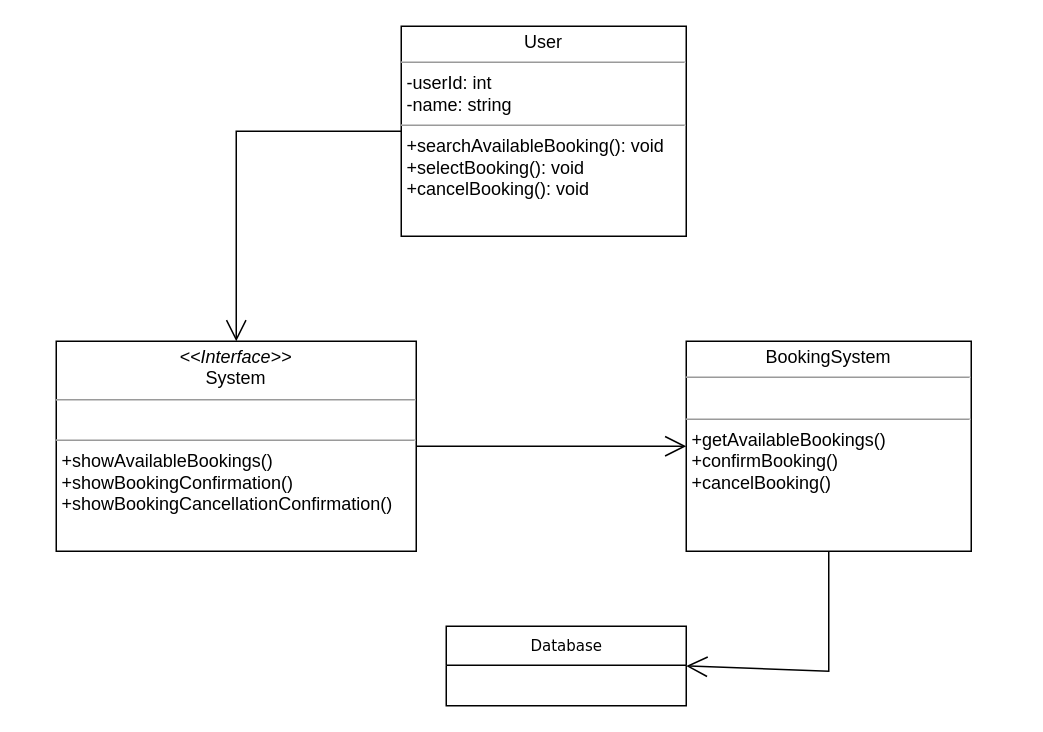
Luis-S4/Tourism-MS keeps this draw.io diagram as UML Modeling/Class Diagram/BookingClassDiagram.drawio. Above is the earlier version. Source tidied: cells renumbered, new cells numbered last; positions are measured from the earlier drawing's top-left corner, leaving out a move shared by most shapes. Both pictures are drawn from the tidied source at 150%, with x=0, y=0 at pixel (56, 26).
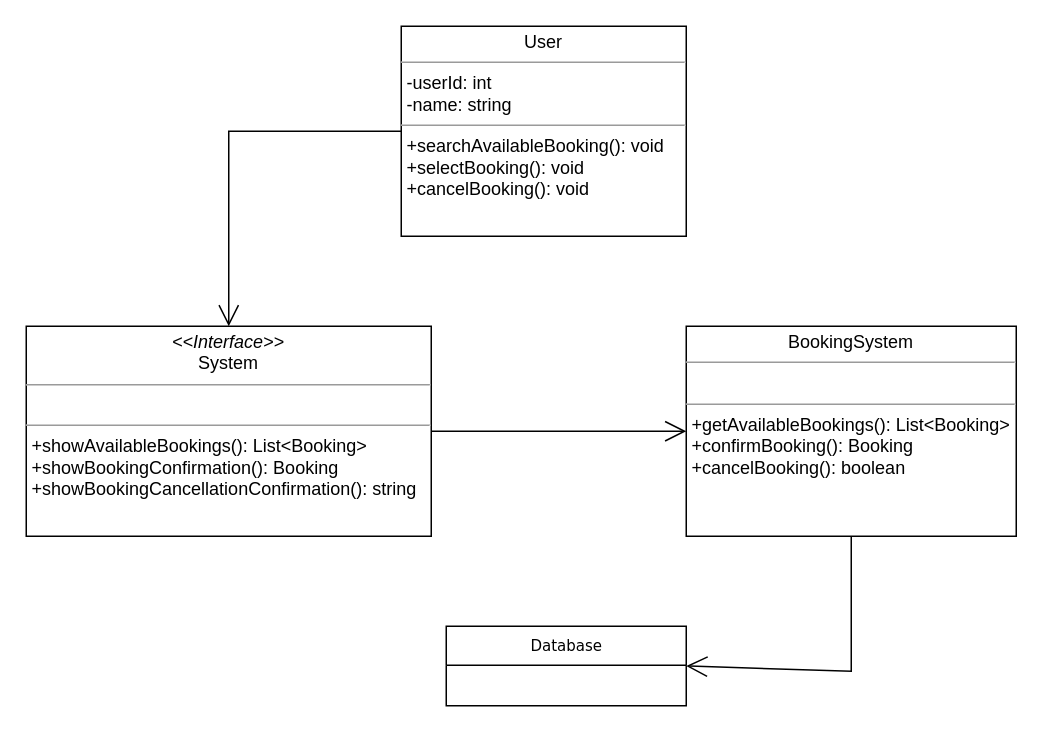
Above is the later version.

What changed in the source:
```diff
@@
 <mxGraphModel>
   <root>
     <mxCell id="0" />
     <mxCell id="1" parent="0" />
     <mxCell id="2" value="Database" style="swimlane;html=1;fontStyle=0;horizontal=1;startSize=26;fillColor=none;swimlaneFillColor=#ffffff;rounded=0;shadow=0;comic=0;labelBackgroundColor=none;strokeWidth=1;fontFamily=Verdana;fontSize=10;align=center;" parent="1" vertex="1">
       <mxGeometry x="260" y="400" width="160" height="53" as="geometry" />
     </mxCell>
-    <mxCell id="3" value="&lt;p style=&quot;margin:0px;margin-top:4px;text-align:center;&quot;&gt;BookingSystem&lt;/p&gt;&lt;hr size=&quot;1&quot;&gt;&lt;p style=&quot;margin:0px;margin-left:4px;&quot;&gt;&lt;br&gt;&lt;/p&gt;&lt;hr size=&quot;1&quot;&gt;&lt;p style=&quot;margin:0px;margin-left:4px;&quot;&gt;+getAvailableBookings()&lt;/p&gt;&lt;p style=&quot;margin:0px;margin-left:4px;&quot;&gt;+confirmBooking()&lt;/p&gt;&lt;p style=&quot;margin:0px;margin-left:4px;&quot;&gt;+cancelBooking()&lt;/p&gt;" style="verticalAlign=top;align=left;overflow=fill;fontSize=12;fontFamily=Helvetica;html=1;rounded=0;shadow=0;comic=0;labelBackgroundColor=none;strokeWidth=1;" parent="1" vertex="1">
-      <mxGeometry x="420" y="210" width="190" height="140" as="geometry" />
+    <mxCell id="3" value="&lt;p style=&quot;margin:0px;margin-top:4px;text-align:center;&quot;&gt;BookingSystem&lt;/p&gt;&lt;hr size=&quot;1&quot;&gt;&lt;p style=&quot;margin:0px;margin-left:4px;&quot;&gt;&lt;br&gt;&lt;/p&gt;&lt;hr size=&quot;1&quot;&gt;&lt;p style=&quot;margin:0px;margin-left:4px;&quot;&gt;+getAvailableBookings():&amp;nbsp;List&amp;lt;Booking&amp;gt;&lt;/p&gt;&lt;p style=&quot;margin:0px;margin-left:4px;&quot;&gt;+confirmBooking():&amp;nbsp;&lt;span style=&quot;background-color: transparent; color: light-dark(rgb(0, 0, 0), rgb(255, 255, 255));&quot;&gt;Booking&lt;/span&gt;&lt;/p&gt;&lt;p style=&quot;margin:0px;margin-left:4px;&quot;&gt;+cancelBooking(): boolean&lt;/p&gt;" style="verticalAlign=top;align=left;overflow=fill;fontSize=12;fontFamily=Helvetica;html=1;rounded=0;shadow=0;comic=0;labelBackgroundColor=none;strokeWidth=1;" parent="1" vertex="1">
+      <mxGeometry x="420" y="200" width="220" height="140" as="geometry" />
     </mxCell>
     <mxCell id="4" value="&lt;p style=&quot;margin:0px;margin-top:4px;text-align:center;&quot;&gt;User&lt;/p&gt;&lt;hr size=&quot;1&quot;&gt;&lt;p style=&quot;margin:0px;margin-left:4px;&quot;&gt;-userId: int&lt;/p&gt;&lt;p style=&quot;margin:0px;margin-left:4px;&quot;&gt;-name: string&lt;/p&gt;&lt;hr size=&quot;1&quot;&gt;&lt;p style=&quot;margin:0px;margin-left:4px;&quot;&gt;+&lt;span style=&quot;background-color: transparent; color: light-dark(rgb(0, 0, 0), rgb(255, 255, 255));&quot;&gt;searchAvailableBooking(): void&lt;/span&gt;&lt;/p&gt;&lt;p style=&quot;margin:0px;margin-left:4px;&quot;&gt;+selectBooking(): void&lt;/p&gt;&lt;p style=&quot;margin:0px;margin-left:4px;&quot;&gt;+cancelBooking(): void&lt;/p&gt;" style="verticalAlign=top;align=left;overflow=fill;fontSize=12;fontFamily=Helvetica;html=1;rounded=0;shadow=0;comic=0;labelBackgroundColor=none;strokeWidth=1;" parent="1" vertex="1">
       <mxGeometry x="230" width="190" height="140" as="geometry" />
     </mxCell>
-    <mxCell id="5" value="&lt;p style=&quot;margin:0px;margin-top:4px;text-align:center;&quot;&gt;&lt;i&gt;&amp;lt;&amp;lt;Interface&amp;gt;&amp;gt;&lt;/i&gt;&lt;br&gt;System&lt;/p&gt;&lt;hr size=&quot;1&quot;&gt;&lt;p style=&quot;margin:0px;margin-left:4px;&quot;&gt;&lt;br&gt;&lt;/p&gt;&lt;hr size=&quot;1&quot;&gt;&lt;p style=&quot;margin:0px;margin-left:4px;&quot;&gt;+showAvailableBookings()&lt;/p&gt;&lt;p style=&quot;margin:0px;margin-left:4px;&quot;&gt;+showBookingConfirmation()&lt;/p&gt;&lt;p style=&quot;margin:0px;margin-left:4px;&quot;&gt;+showBookingCancellationConfirmation()&lt;/p&gt;" style="verticalAlign=top;align=left;overflow=fill;fontSize=12;fontFamily=Helvetica;html=1;rounded=0;shadow=0;comic=0;labelBackgroundColor=none;strokeWidth=1;" parent="1" vertex="1">
-      <mxGeometry y="210" width="240" height="140" as="geometry" />
+    <mxCell id="5" value="&lt;p style=&quot;margin:0px;margin-top:4px;text-align:center;&quot;&gt;&lt;i&gt;&amp;lt;&amp;lt;Interface&amp;gt;&amp;gt;&lt;/i&gt;&lt;br&gt;System&lt;/p&gt;&lt;hr size=&quot;1&quot;&gt;&lt;p style=&quot;margin:0px;margin-left:4px;&quot;&gt;&lt;br&gt;&lt;/p&gt;&lt;hr size=&quot;1&quot;&gt;&lt;p style=&quot;margin:0px;margin-left:4px;&quot;&gt;+showAvailableBookings():&amp;nbsp;List&amp;lt;Booking&amp;gt;&lt;/p&gt;&lt;p style=&quot;margin:0px;margin-left:4px;&quot;&gt;+showBookingConfirmation():&amp;nbsp;&lt;span style=&quot;background-color: transparent; color: light-dark(rgb(0, 0, 0), rgb(255, 255, 255));&quot;&gt;Booking&lt;/span&gt;&lt;/p&gt;&lt;p style=&quot;margin:0px;margin-left:4px;&quot;&gt;+showBookingCancellationConfirmation(): string&lt;/p&gt;" style="verticalAlign=top;align=left;overflow=fill;fontSize=12;fontFamily=Helvetica;html=1;rounded=0;shadow=0;comic=0;labelBackgroundColor=none;strokeWidth=1;" parent="1" vertex="1">
+      <mxGeometry x="-20" y="200" width="270" height="140" as="geometry" />
     </mxCell>
     <mxCell id="6" style="endArrow=open;endFill=1;endSize=12;html=1;rounded=0;exitX=0;exitY=0.5;exitDx=0;exitDy=0;entryX=0.5;entryY=0;entryDx=0;entryDy=0;" parent="1" edge="1" source="4" target="5">
       <mxGeometry relative="1" as="geometry">
         <Array as="points">
-          <mxPoint x="120" y="70" />
+          <mxPoint x="115" y="70" />
         </Array>
       </mxGeometry>
     </mxCell>
     <mxCell id="7" style="endArrow=open;endFill=1;endSize=12;html=1;rounded=0;exitX=1;exitY=0.5;exitDx=0;exitDy=0;entryX=0;entryY=0.5;entryDx=0;entryDy=0;" parent="1" edge="1" source="5" target="3">
       <mxGeometry relative="1" as="geometry" />
     </mxCell>
     <mxCell id="8" style="endArrow=open;endFill=1;endSize=12;html=1;rounded=0;exitX=0.5;exitY=1;exitDx=0;exitDy=0;entryX=1;entryY=0.5;entryDx=0;entryDy=0;" parent="1" edge="1" source="3" target="2">
       <mxGeometry relative="1" as="geometry">
         <Array as="points">
-          <mxPoint x="515" y="430" />
+          <mxPoint x="530" y="430" />
         </Array>
       </mxGeometry>
     </mxCell>
   </root>
 </mxGraphModel>
```
